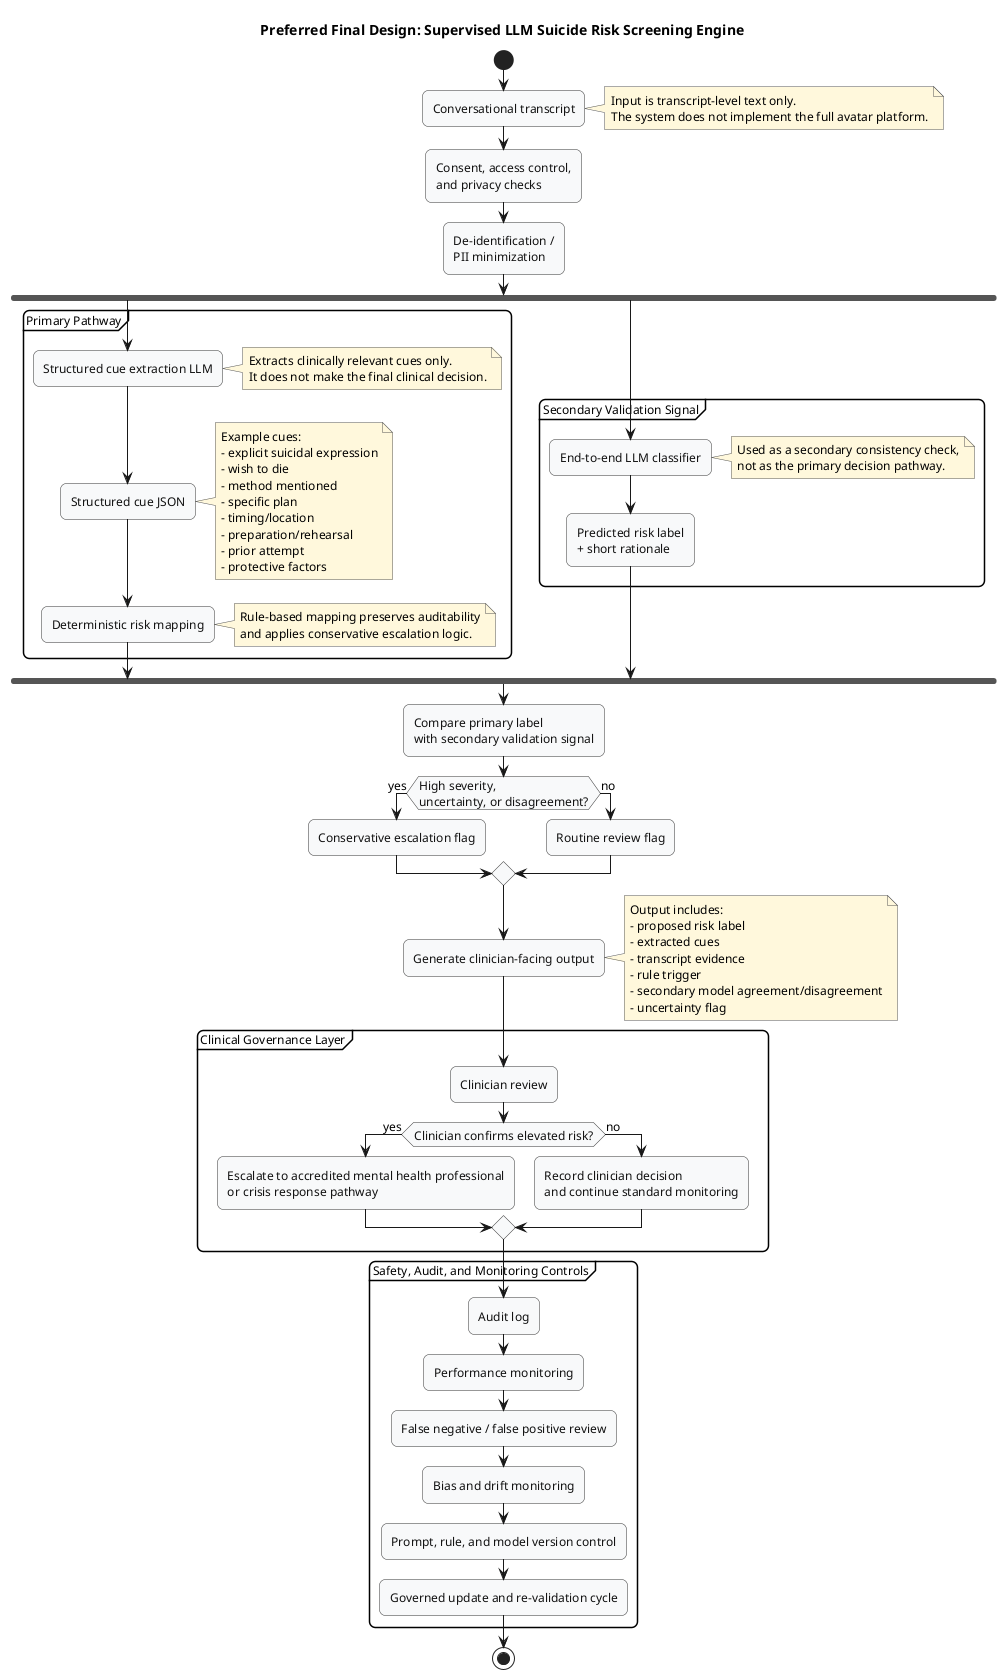
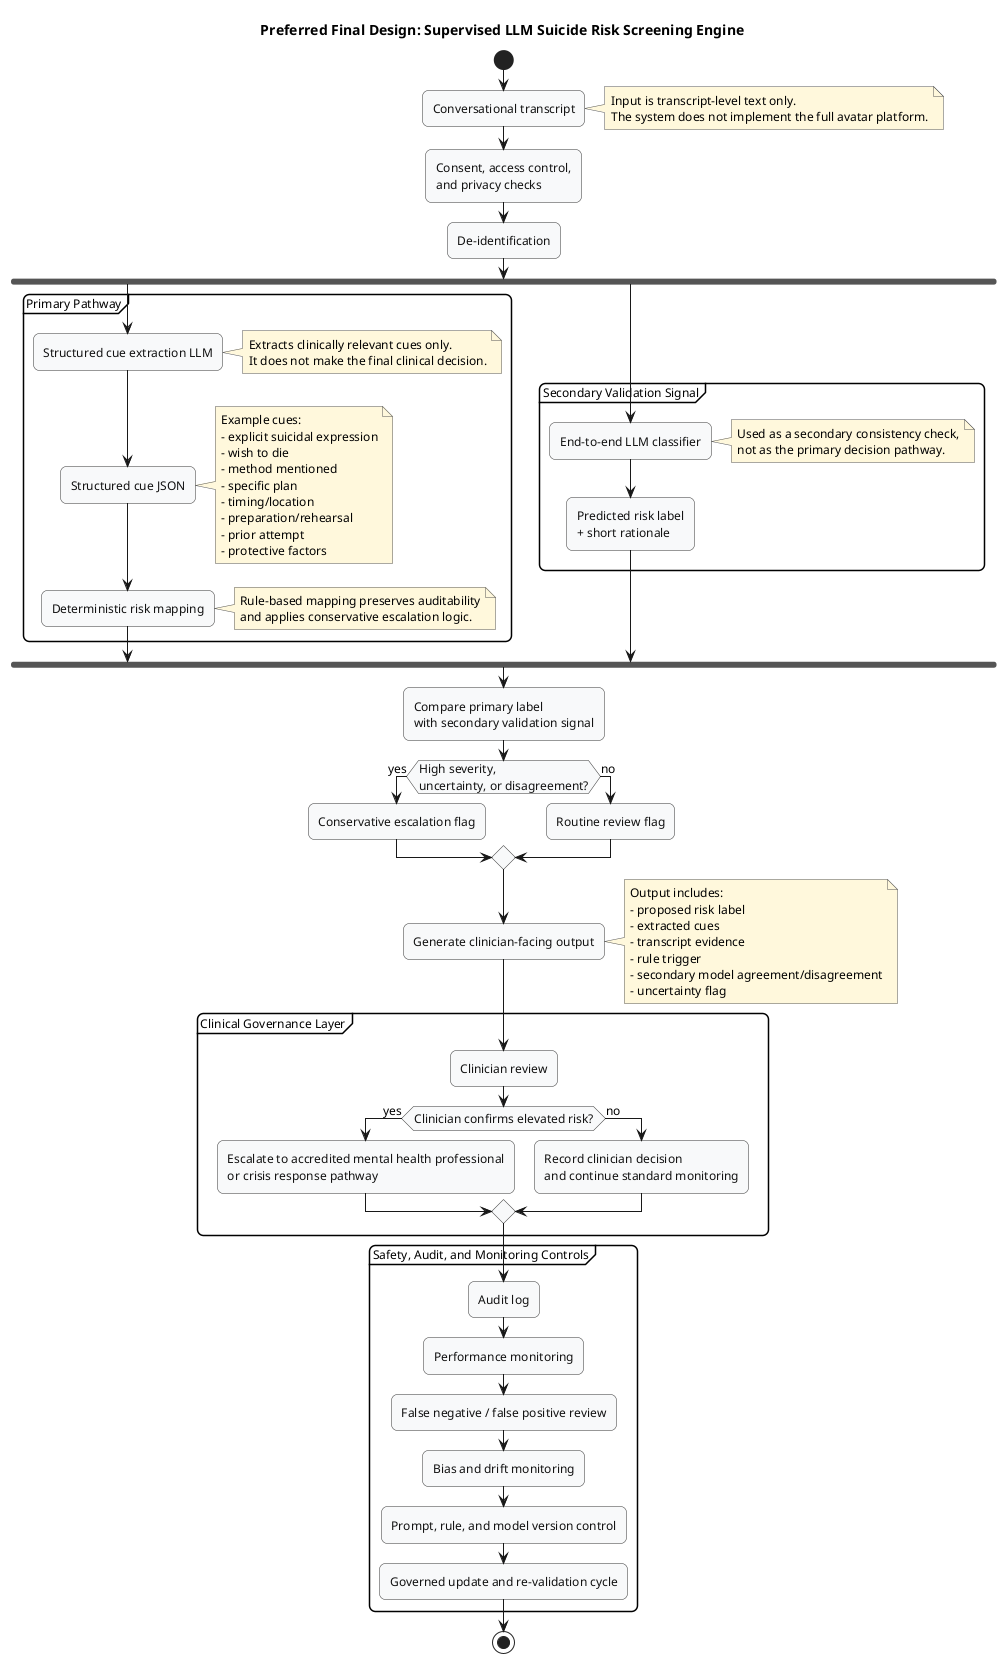
@startuml
title Preferred Final Design: Supervised LLM Suicide Risk Screening Engine

skinparam backgroundColor white
skinparam shadowing false
skinparam roundcorner 12
skinparam defaultFontName Arial
skinparam defaultFontSize 12
skinparam activity {
  BackgroundColor #F8F9FA
  BorderColor #333333
  FontColor #111111
}
skinparam note {
  BackgroundColor #FFF8DC
  BorderColor #555555
}

start

:Conversational transcript;
note right
Input is transcript-level text only.
The system does not implement the full avatar platform.
end note

:Consent, access control,\nand privacy checks;

- :De-identification /\nPII minimization;
+ :De-identification;

fork
  partition "Primary Pathway" {
    :Structured cue extraction LLM;
    note right
    Extracts clinically relevant cues only.
    It does not make the final clinical decision.
    end note

    :Structured cue JSON;
    note right
    Example cues:
    - explicit suicidal expression
    - wish to die
    - method mentioned
    - specific plan
    - timing/location
    - preparation/rehearsal
    - prior attempt
    - protective factors
    end note

    :Deterministic risk mapping;
    note right
    Rule-based mapping preserves auditability
    and applies conservative escalation logic.
    end note
  }

fork again
  partition "Secondary Validation Signal" {
    :End-to-end LLM classifier;
    note right
    Used as a secondary consistency check,
    not as the primary decision pathway.
    end note

    :Predicted risk label\n+ short rationale;
  }
end fork

:Compare primary label\nwith secondary validation signal;

if (High severity,\nuncertainty, or disagreement?) then (yes)
  :Conservative escalation flag;
else (no)
  :Routine review flag;
endif

:Generate clinician-facing output;
note right
Output includes:
- proposed risk label
- extracted cues
- transcript evidence
- rule trigger
- secondary model agreement/disagreement
- uncertainty flag
end note

partition "Clinical Governance Layer" {
  :Clinician review;
  if (Clinician confirms elevated risk?) then (yes)
    :Escalate to accredited mental health professional\nor crisis response pathway;
  else (no)
    :Record clinician decision\nand continue standard monitoring;
  endif
}

partition "Safety, Audit, and Monitoring Controls" {
  :Audit log;
  :Performance monitoring;
  :False negative / false positive review;
  :Bias and drift monitoring;
  :Prompt, rule, and model version control;
  :Governed update and re-validation cycle;
}

stop

@enduml